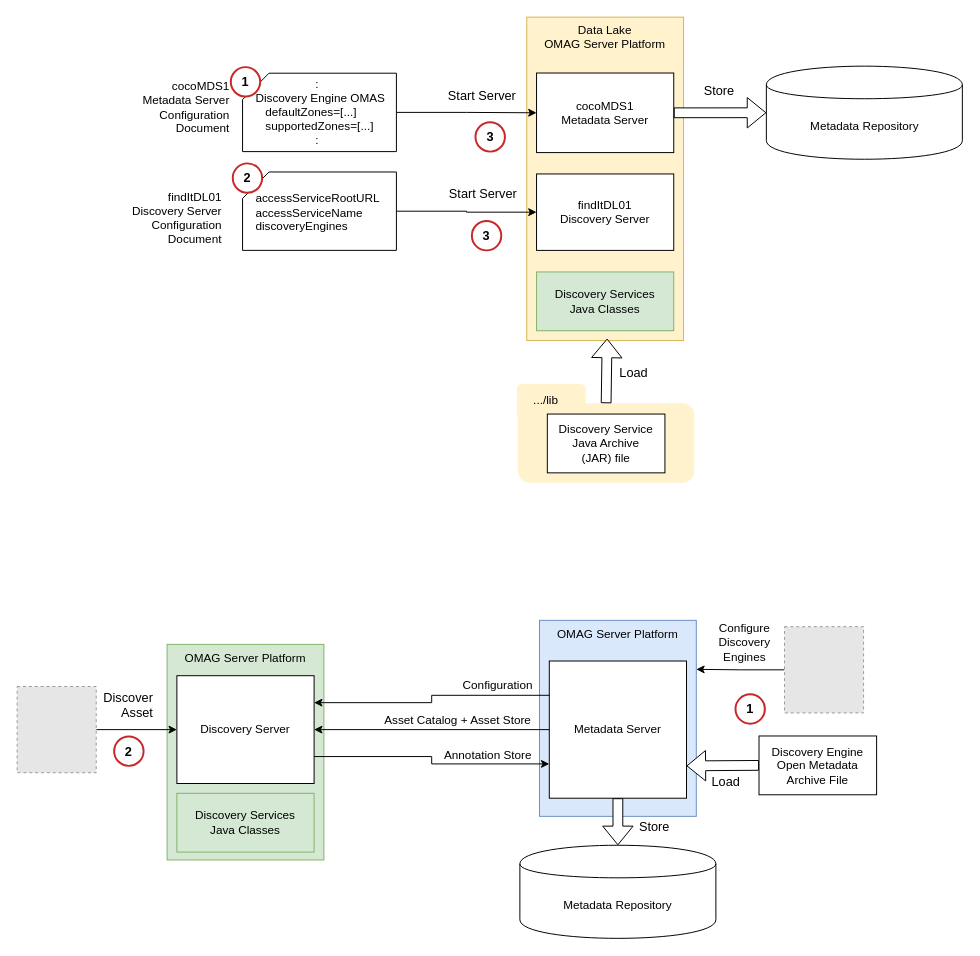
Above: page "discovery-process" (6 of 8) of images/coco-pharmaceuticals-systems.drawio in odpi/egeria-coco-labs (draw.io), before the change. Source tidied: cells renumbered, new cells numbered last; positions are measured from the earlier drawing's top-left corner, leaving out a move shared by most shapes. Both pictures are drawn from the tidied source at 98%, with x=0, y=0 at pixel (17, 17). Pictures stored in the file or linked from it are replaced by grey dashed boxes.
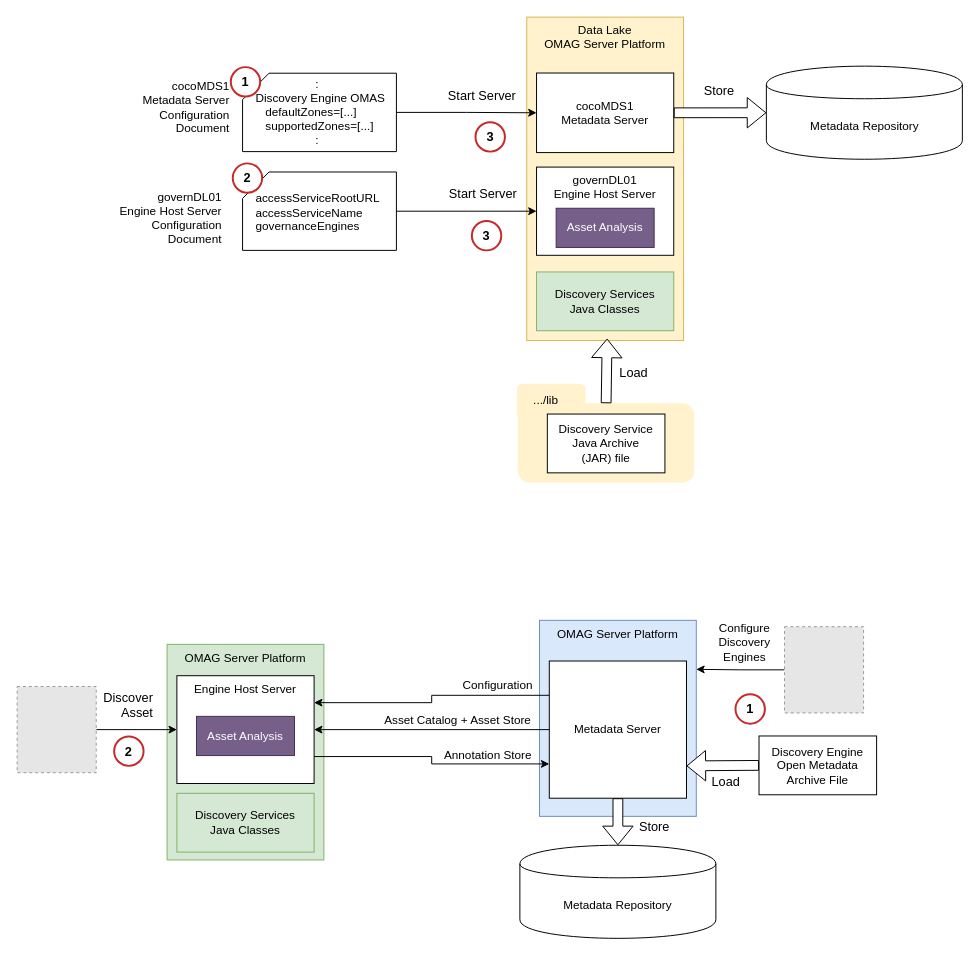
Above is the later version.

Diff of the diagram source:
```diff
@@
-    <mxCell id="3" value="Discovery Server" style="rounded=0;whiteSpace=wrap;html=1;align=center;verticalAlign=middle;" parent="1" vertex="1">
+    <mxCell id="3" value="Engine Host Server" style="rounded=0;whiteSpace=wrap;html=1;align=center;verticalAlign=top;" parent="1" vertex="1">
       <mxGeometry x="163" y="672" width="140" height="110" as="geometry" />
     </mxCell>
@@
-    <mxCell id="31" value="&amp;nbsp; accessServiceRootURL&lt;br&gt;&amp;nbsp; accessServiceName&lt;br&gt;&amp;nbsp; discoveryEngines&lt;br&gt;&amp;nbsp;" style="shape=card;whiteSpace=wrap;html=1;align=left;verticalAlign=bottom;perimeterSpacing=0;size=27;spacingLeft=5;" parent="1" vertex="1">
+    <mxCell id="31" value="&amp;nbsp; accessServiceRootURL&lt;br&gt;&amp;nbsp; accessServiceName&lt;br&gt;&amp;nbsp; governanceEngines&lt;br&gt;&amp;nbsp;" style="shape=card;whiteSpace=wrap;html=1;align=left;verticalAlign=bottom;perimeterSpacing=0;size=27;spacingLeft=5;" parent="1" vertex="1">
       <mxGeometry x="230" y="158" width="157" height="80" as="geometry" />
     </mxCell>
-    <mxCell id="32" value="findItDL01&lt;br&gt;Discovery Server&lt;br&gt;Configuration&lt;br&gt;Document" style="text;html=1;align=right;" parent="1" vertex="1">
+    <mxCell id="32" value="governDL01&lt;br&gt;Engine Host Server&lt;br&gt;Configuration&lt;br&gt;Document" style="text;html=1;align=right;" parent="1" vertex="1">
       <mxGeometry x="110" y="170" width="100" height="69" as="geometry" />
     </mxCell>
@@
-    <mxCell id="44" value="findItDL01&lt;br&gt;Discovery Server" style="rounded=0;whiteSpace=wrap;html=1;align=center;verticalAlign=middle;" parent="1" vertex="1">
-      <mxGeometry x="530" y="160" width="140" height="78" as="geometry" />
+    <mxCell id="44" value="governDL01&lt;br&gt;Engine Host Server" style="rounded=0;whiteSpace=wrap;html=1;align=center;verticalAlign=top;" parent="1" vertex="1">
+      <mxGeometry x="530" y="153" width="140" height="90" as="geometry" />
     </mxCell>
@@
+    <mxCell id="52" value="Asset Analysis" style="rounded=0;whiteSpace=wrap;html=1;fontColor=#ffffff;fillColor=#76608a;strokeColor=#432D57;" parent="1" vertex="1">
+      <mxGeometry x="550" y="195" width="100" height="40" as="geometry" />
+    </mxCell>
+    <mxCell id="53" value="Asset Analysis" style="rounded=0;whiteSpace=wrap;html=1;fontColor=#ffffff;fillColor=#76608a;strokeColor=#432D57;" parent="1" vertex="1">
+      <mxGeometry x="183" y="713.5" width="100" height="40" as="geometry" />
+    </mxCell>
```
